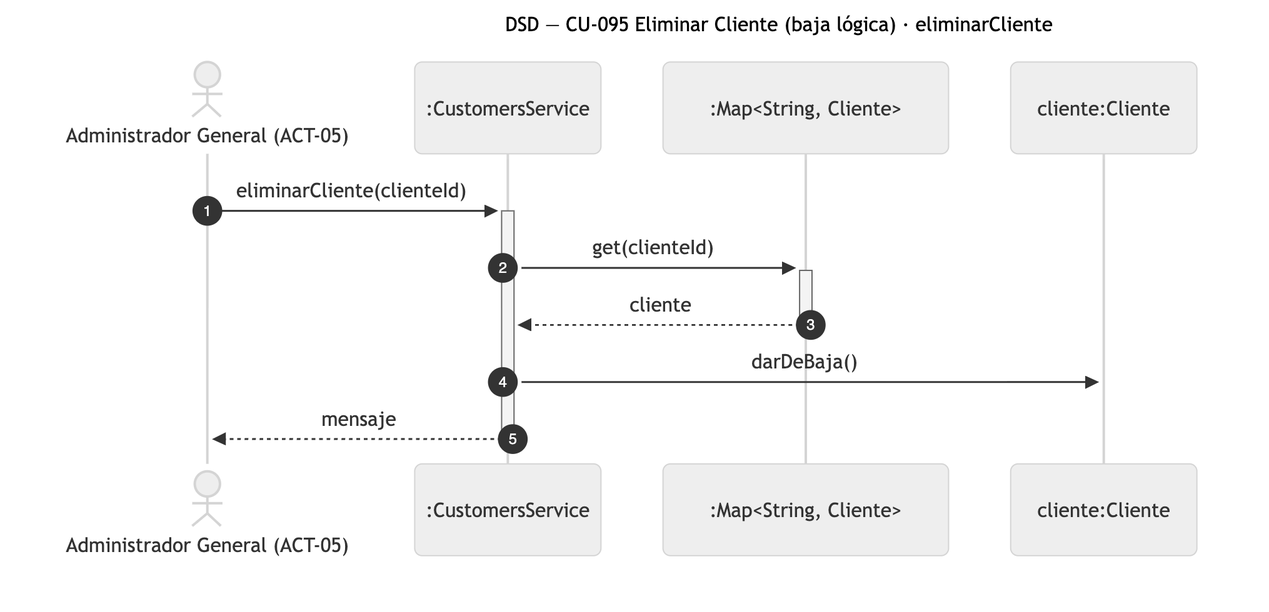
This is diagramas/png/DSD_CU-095_eliminarCliente.png from Nahuelito-Dev/splg-docs, a Mermaid export, as it was before one commit. Its source is kept beside it as diagramas/DSD_CU-095_eliminarCliente.mmd.
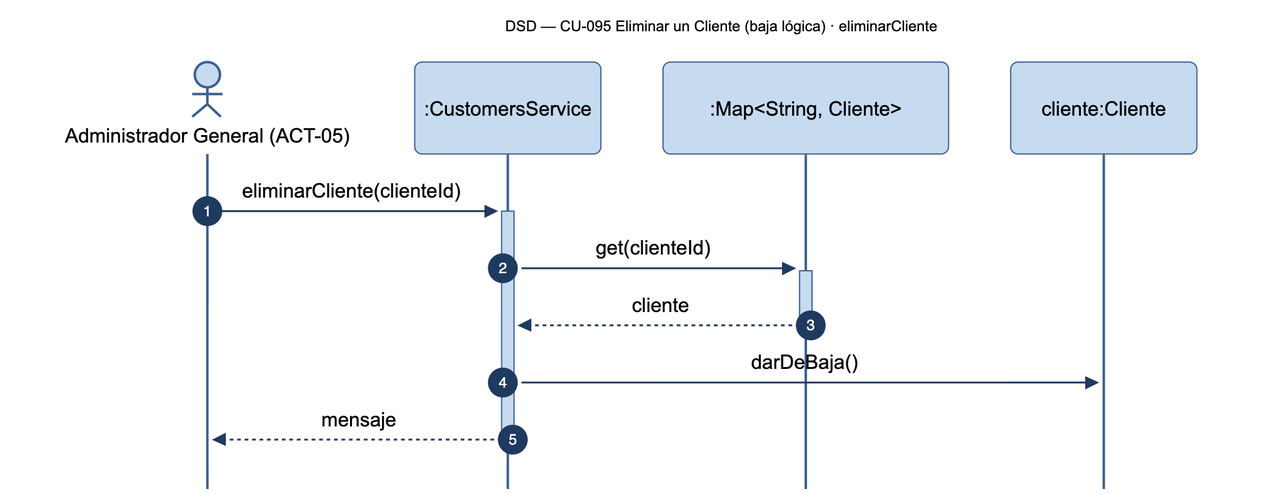
Later version of the same file.

Change to the diagram source:
```diff
@@ -1,5 +1,5 @@
 sequenceDiagram
-    title DSD — CU-095 Eliminar Cliente (baja lógica) · eliminarCliente
+    title DSD — CU-095 Eliminar un Cliente (baja lógica) · eliminarCliente
     autonumber
     actor AGN as Administrador General (ACT-05)
     participant SRV as :CustomersService
```
